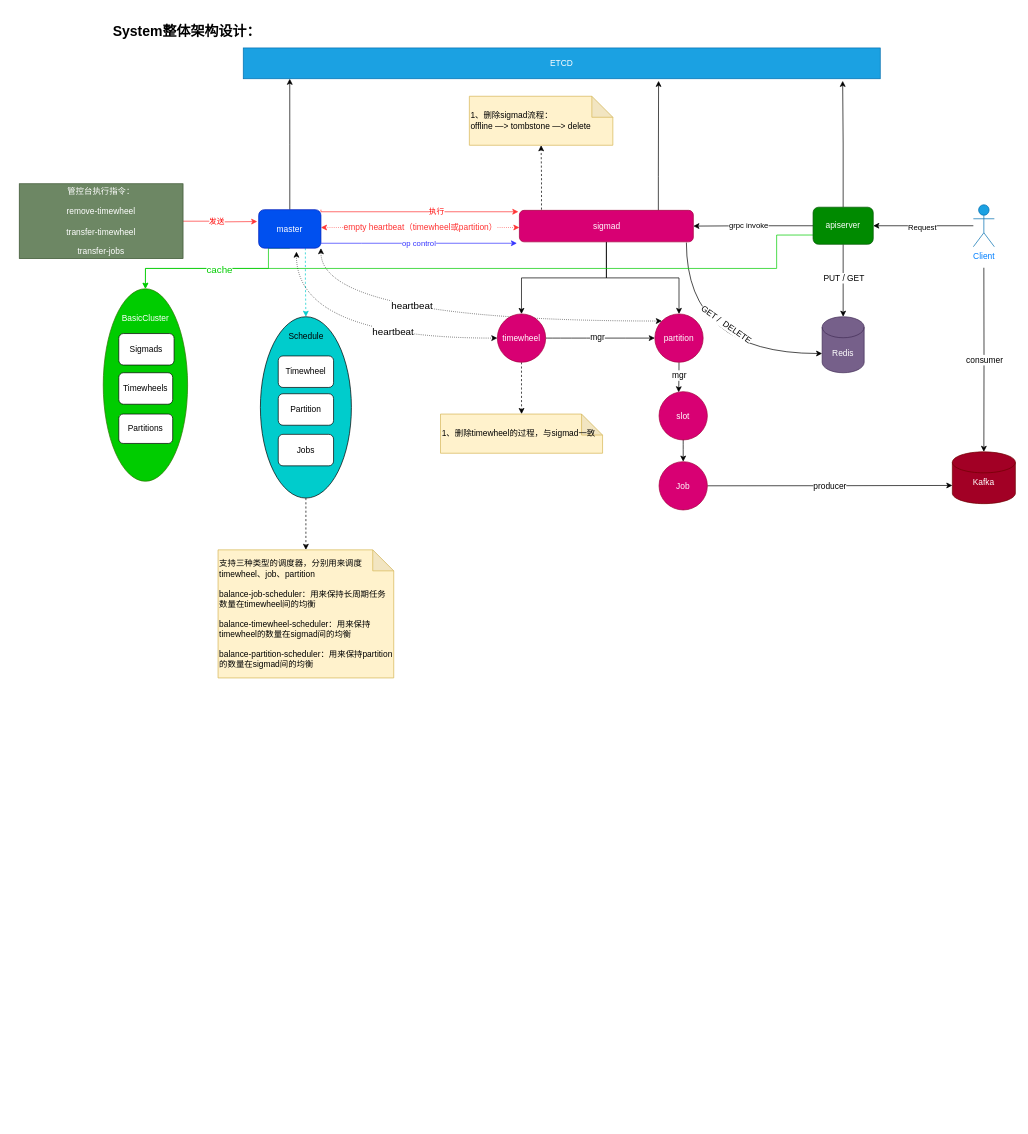
gitcodeporter/draw-uml keeps this draw.io diagram as sigmax.drawio. Above is the earlier version. Source tidied: cells renumbered, new cells numbered last; positions are measured from the earlier drawing's top-left corner, leaving out a move shared by most shapes. Both pictures are drawn from the tidied source at 70%, with x=0, y=0 at pixel (19, 12).
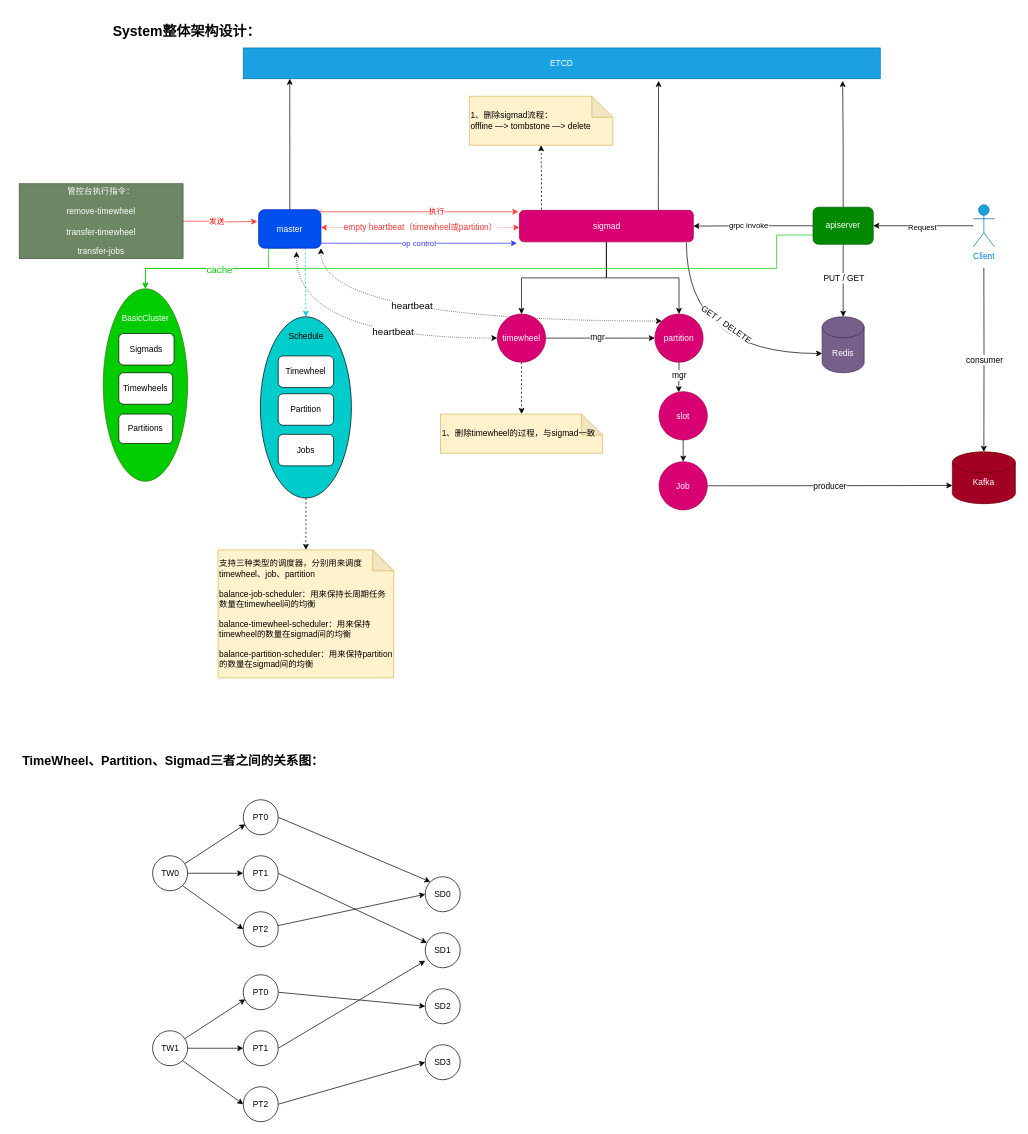
After the change.

Change to the diagram source:
```diff
@@
+    <mxCell id="64" style="edgeStyle=none;rounded=0;jettySize=auto;html=1;entryX=0.06;entryY=0.7;entryDx=0;entryDy=0;entryPerimeter=0;fontSize=12;fontColor=#000000;startArrow=none;startFill=0;strokeColor=#000000;" parent="1" edge="1" source="67" target="69">
+      <mxGeometry relative="1" as="geometry" />
+    </mxCell>
+    <mxCell id="65" style="edgeStyle=none;rounded=0;jettySize=auto;html=1;entryX=0;entryY=0.5;entryDx=0;entryDy=0;fontSize=12;fontColor=#000000;startArrow=none;startFill=0;strokeColor=#000000;" parent="1" edge="1" source="67" target="71">
+      <mxGeometry relative="1" as="geometry" />
+    </mxCell>
+    <mxCell id="66" style="edgeStyle=none;rounded=0;jettySize=auto;html=1;exitX=1;exitY=1;exitDx=0;exitDy=0;entryX=0;entryY=0.5;entryDx=0;entryDy=0;fontSize=12;fontColor=#000000;startArrow=none;startFill=0;strokeColor=#000000;" parent="1" edge="1" source="67" target="73">
+      <mxGeometry relative="1" as="geometry" />
+    </mxCell>
+    <mxCell id="67" value="TW0" style="ellipse;whiteSpace=wrap;html=1;fontSize=12;align=center;verticalAlign=middle;" parent="1" vertex="1">
+      <mxGeometry x="190.5" y="1205" width="50" height="50" as="geometry" />
+    </mxCell>
+    <mxCell id="68" style="edgeStyle=none;rounded=0;jettySize=auto;html=1;exitX=1;exitY=0.5;exitDx=0;exitDy=0;entryX=0;entryY=0;entryDx=0;entryDy=0;fontSize=12;fontColor=#000000;startArrow=none;startFill=0;strokeColor=#000000;" parent="1" edge="1" source="69" target="87">
+      <mxGeometry relative="1" as="geometry" />
+    </mxCell>
+    <mxCell id="69" value="PT0" style="ellipse;whiteSpace=wrap;html=1;fontSize=12;align=center;verticalAlign=middle;" parent="1" vertex="1">
+      <mxGeometry x="320" y="1125" width="50" height="50" as="geometry" />
+    </mxCell>
+    <mxCell id="70" style="edgeStyle=none;rounded=0;jettySize=auto;html=1;exitX=1;exitY=0.5;exitDx=0;exitDy=0;fontSize=12;fontColor=#000000;startArrow=none;startFill=0;strokeColor=#000000;" parent="1" edge="1" source="71" target="74">
+      <mxGeometry relative="1" as="geometry" />
+    </mxCell>
+    <mxCell id="71" value="PT1" style="ellipse;whiteSpace=wrap;html=1;fontSize=12;align=center;verticalAlign=middle;" parent="1" vertex="1">
+      <mxGeometry x="320" y="1205" width="50" height="50" as="geometry" />
+    </mxCell>
+    <mxCell id="72" style="edgeStyle=none;rounded=0;jettySize=auto;html=1;entryX=0;entryY=0.5;entryDx=0;entryDy=0;fontSize=12;fontColor=#000000;startArrow=none;startFill=0;strokeColor=#000000;" parent="1" edge="1" source="73" target="87">
+      <mxGeometry relative="1" as="geometry" />
+    </mxCell>
+    <mxCell id="73" value="PT2" style="ellipse;whiteSpace=wrap;html=1;fontSize=12;align=center;verticalAlign=middle;" parent="1" vertex="1">
+      <mxGeometry x="320" y="1285" width="50" height="50" as="geometry" />
+    </mxCell>
+    <mxCell id="74" value="SD1" style="ellipse;whiteSpace=wrap;html=1;fontSize=12;align=center;verticalAlign=middle;" parent="1" vertex="1">
+      <mxGeometry x="580" y="1315" width="50" height="50" as="geometry" />
+    </mxCell>
+    <mxCell id="75" value="SD2" style="ellipse;whiteSpace=wrap;html=1;fontSize=12;align=center;verticalAlign=middle;" parent="1" vertex="1">
+      <mxGeometry x="580" y="1395" width="50" height="50" as="geometry" />
+    </mxCell>
+    <mxCell id="76" value="SD3" style="ellipse;whiteSpace=wrap;html=1;fontSize=12;align=center;verticalAlign=middle;" parent="1" vertex="1">
+      <mxGeometry x="580" y="1475" width="50" height="50" as="geometry" />
+    </mxCell>
+    <mxCell id="77" style="edgeStyle=none;rounded=0;jettySize=auto;html=1;entryX=0.06;entryY=0.7;entryDx=0;entryDy=0;entryPerimeter=0;fontSize=12;fontColor=#000000;startArrow=none;startFill=0;strokeColor=#000000;" parent="1" edge="1" source="80" target="82">
+      <mxGeometry relative="1" as="geometry" />
+    </mxCell>
+    <mxCell id="78" style="edgeStyle=none;rounded=0;jettySize=auto;html=1;entryX=0;entryY=0.5;entryDx=0;entryDy=0;fontSize=12;fontColor=#000000;startArrow=none;startFill=0;strokeColor=#000000;" parent="1" edge="1" source="80" target="84">
+      <mxGeometry relative="1" as="geometry" />
+    </mxCell>
+    <mxCell id="79" style="edgeStyle=none;rounded=0;jettySize=auto;html=1;exitX=1;exitY=1;exitDx=0;exitDy=0;entryX=0;entryY=0.5;entryDx=0;entryDy=0;fontSize=12;fontColor=#000000;startArrow=none;startFill=0;strokeColor=#000000;" parent="1" edge="1" source="80" target="86">
+      <mxGeometry relative="1" as="geometry" />
+    </mxCell>
+    <mxCell id="80" value="TW1" style="ellipse;whiteSpace=wrap;html=1;fontSize=12;align=center;verticalAlign=middle;" parent="1" vertex="1">
+      <mxGeometry x="190.5" y="1455" width="50" height="50" as="geometry" />
+    </mxCell>
+    <mxCell id="81" style="edgeStyle=none;rounded=0;jettySize=auto;html=1;exitX=1;exitY=0.5;exitDx=0;exitDy=0;entryX=0;entryY=0.5;entryDx=0;entryDy=0;fontSize=12;fontColor=#000000;startArrow=none;startFill=0;strokeColor=#000000;" parent="1" edge="1" source="82" target="75">
+      <mxGeometry relative="1" as="geometry" />
+    </mxCell>
+    <mxCell id="82" value="PT0" style="ellipse;whiteSpace=wrap;html=1;fontSize=12;align=center;verticalAlign=middle;" parent="1" vertex="1">
+      <mxGeometry x="320" y="1375" width="50" height="50" as="geometry" />
+    </mxCell>
+    <mxCell id="83" style="edgeStyle=none;rounded=0;jettySize=auto;html=1;exitX=1;exitY=0.5;exitDx=0;exitDy=0;entryX=0;entryY=0.8;entryDx=0;entryDy=0;entryPerimeter=0;fontSize=12;fontColor=#000000;startArrow=none;startFill=0;strokeColor=#000000;" parent="1" edge="1" source="84" target="74">
+      <mxGeometry relative="1" as="geometry" />
+    </mxCell>
+    <mxCell id="84" value="PT1" style="ellipse;whiteSpace=wrap;html=1;fontSize=12;align=center;verticalAlign=middle;" parent="1" vertex="1">
+      <mxGeometry x="320" y="1455" width="50" height="50" as="geometry" />
+    </mxCell>
+    <mxCell id="85" style="edgeStyle=none;rounded=0;jettySize=auto;html=1;exitX=1;exitY=0.5;exitDx=0;exitDy=0;entryX=0;entryY=0.5;entryDx=0;entryDy=0;fontSize=12;fontColor=#000000;startArrow=none;startFill=0;strokeColor=#000000;" parent="1" edge="1" source="86" target="76">
+      <mxGeometry relative="1" as="geometry" />
+    </mxCell>
+    <mxCell id="86" value="PT2" style="ellipse;whiteSpace=wrap;html=1;fontSize=12;align=center;verticalAlign=middle;" parent="1" vertex="1">
+      <mxGeometry x="320" y="1535" width="50" height="50" as="geometry" />
+    </mxCell>
+    <mxCell id="87" value="SD0" style="ellipse;whiteSpace=wrap;html=1;fontSize=12;align=center;verticalAlign=middle;" parent="1" vertex="1">
+      <mxGeometry x="580" y="1235" width="50" height="50" as="geometry" />
+    </mxCell>
+    <mxCell id="88" value="TimeWheel、Partition、Sigmad三者之间的关系图：" style="text;html=1;strokeColor=none;fillColor=none;align=center;verticalAlign=middle;whiteSpace=wrap;rounded=0;fontSize=18;fontColor=#000000;fontStyle=1;" parent="1" vertex="1">
+      <mxGeometry x="-10.2" y="1045" width="460.2" height="50" as="geometry" />
+    </mxCell>
```
